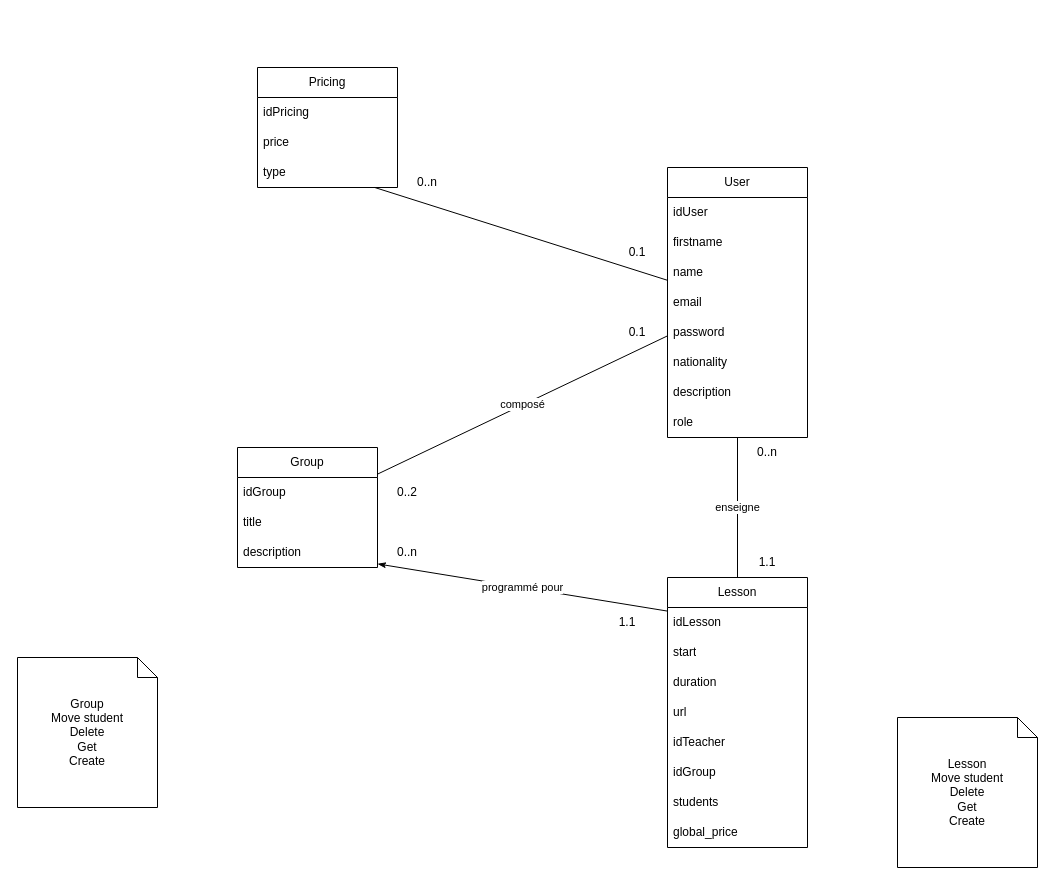
MorganNavel/dk-app keeps this draw.io diagram as back/uml.drawio. Above is the earlier version. Source tidied: cells renumbered, new cells numbered last; positions are measured from the earlier drawing's top-left corner, leaving out a move shared by most shapes. Both pictures are drawn from the tidied source at 100%, with x=0, y=0 at pixel (17, 67).
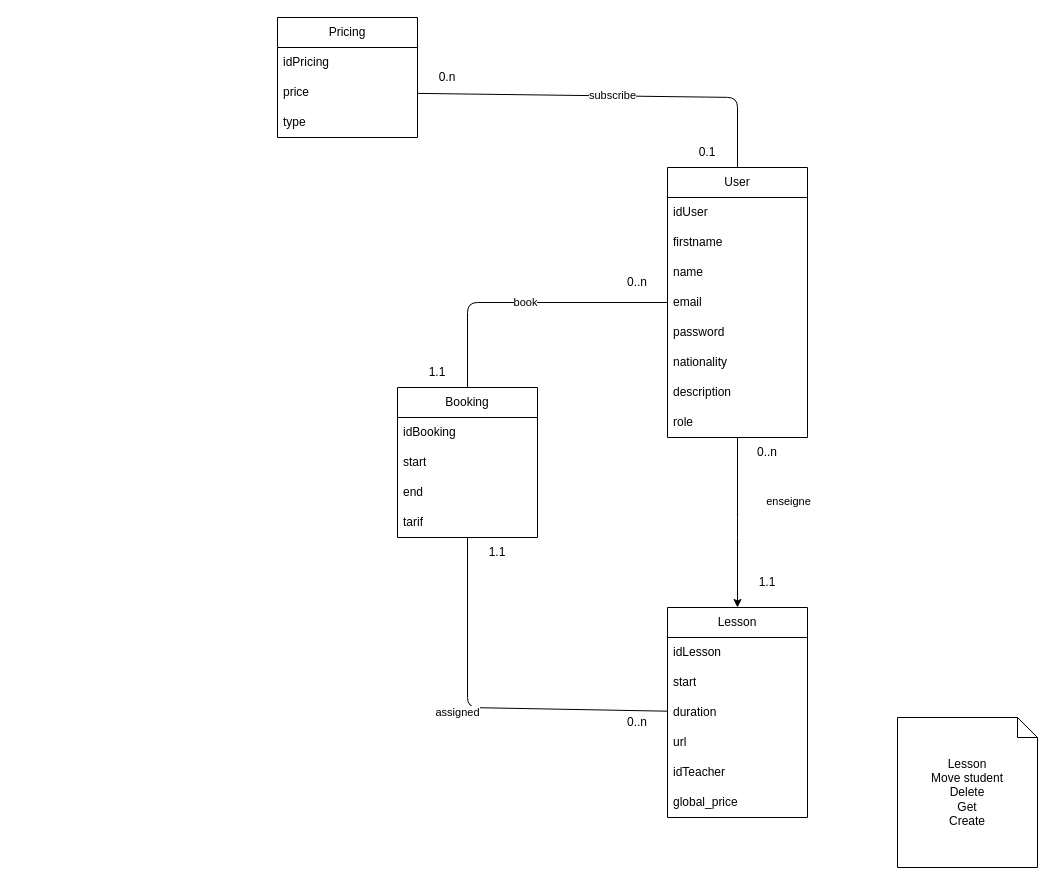
After the change.

The change refers to these unchanged cells:
```xml
<mxCell id="2" value="User" style="swimlane;fontStyle=0;horizontal=1;startSize=30;whiteSpace=wrap;html=1;" parent="1" vertex="1">
  <mxGeometry x="650" y="100" width="140" height="270" as="geometry" />
</mxCell>
<mxCell id="6" value="email" style="text;strokeColor=none;fillColor=none;align=left;verticalAlign=middle;spacingLeft=4;spacingRight=4;overflow=hidden;points=[[0,0.5],[1,0.5]];portConstraint=eastwest;whiteSpace=wrap;html=1;" parent="2" vertex="1">
  <mxGeometry y="120" width="140" height="30" as="geometry" />
</mxCell>
<mxCell id="10" value="role" style="text;strokeColor=none;fillColor=none;align=left;verticalAlign=middle;spacingLeft=4;spacingRight=4;overflow=hidden;points=[[0,0.5],[1,0.5]];portConstraint=eastwest;whiteSpace=wrap;html=1;" parent="2" vertex="1">
  <mxGeometry y="240" width="140" height="30" as="geometry" />
</mxCell>
<mxCell id="16" value="idLesson" style="text;strokeColor=none;fillColor=none;align=left;verticalAlign=middle;spacingLeft=4;spacingRight=4;overflow=hidden;points=[[0,0.5],[1,0.5]];portConstraint=eastwest;whiteSpace=wrap;html=1;" parent="15" vertex="1">
  <mxGeometry y="30" width="140" height="30" as="geometry" />
</mxCell>
<mxCell id="18" value="duration" style="text;strokeColor=none;fillColor=none;align=left;verticalAlign=middle;spacingLeft=4;spacingRight=4;overflow=hidden;points=[[0,0.5],[1,0.5]];portConstraint=eastwest;whiteSpace=wrap;html=1;" parent="15" vertex="1">
  <mxGeometry y="90" width="140" height="30" as="geometry" />
</mxCell>
<mxCell id="37" value="price" style="text;strokeColor=none;fillColor=none;align=left;verticalAlign=middle;spacingLeft=4;spacingRight=4;overflow=hidden;points=[[0,0.5],[1,0.5]];portConstraint=eastwest;whiteSpace=wrap;html=1;" parent="35" vertex="1">
  <mxGeometry y="60" width="140" height="30" as="geometry" />
</mxCell>
<mxCell id="38" value="type" style="text;strokeColor=none;fillColor=none;align=left;verticalAlign=middle;spacingLeft=4;spacingRight=4;overflow=hidden;points=[[0,0.5],[1,0.5]];portConstraint=eastwest;whiteSpace=wrap;html=1;" parent="35" vertex="1">
  <mxGeometry y="90" width="140" height="30" as="geometry" />
</mxCell>
```

Change to the diagram source:
```diff
@@
-    <mxCell id="11" value="Group" style="swimlane;fontStyle=0;horizontal=1;startSize=30;whiteSpace=wrap;html=1;" parent="1" vertex="1">
-      <mxGeometry x="220" y="380" width="140" height="120" as="geometry" />
-    </mxCell>
-    <mxCell id="12" value="idGroup" style="text;strokeColor=none;fillColor=none;align=left;verticalAlign=middle;spacingLeft=4;spacingRight=4;overflow=hidden;whiteSpace=wrap;html=1;" parent="11" vertex="1">
-      <mxGeometry y="30" width="140" height="30" as="geometry" />
-    </mxCell>
-    <mxCell id="13" value="title" style="text;strokeColor=none;fillColor=none;align=left;verticalAlign=middle;spacingLeft=4;spacingRight=4;overflow=hidden;whiteSpace=wrap;html=1;" parent="11" vertex="1">
-      <mxGeometry y="60" width="140" height="30" as="geometry" />
-    </mxCell>
-    <mxCell id="14" value="description" style="text;strokeColor=none;fillColor=none;align=left;verticalAlign=middle;spacingLeft=4;spacingRight=4;overflow=hidden;points=[[0,0.5],[1,0.5]];portConstraint=eastwest;whiteSpace=wrap;html=1;" parent="11" vertex="1">
-      <mxGeometry y="90" width="140" height="30" as="geometry" />
-    </mxCell>
     <mxCell id="15" value="Lesson" style="swimlane;fontStyle=0;horizontal=1;startSize=30;whiteSpace=wrap;html=1;" parent="1" vertex="1">
-      <mxGeometry x="650" y="510" width="140" height="270" as="geometry" />
+      <mxGeometry x="650" y="540" width="140" height="210" as="geometry" />
     </mxCell>
@@
-    <mxCell id="21" value="idGroup" style="text;strokeColor=none;fillColor=none;align=left;verticalAlign=middle;spacingLeft=4;spacingRight=4;overflow=hidden;whiteSpace=wrap;html=1;" parent="15" vertex="1">
-      <mxGeometry y="180" width="140" height="30" as="geometry" />
-    </mxCell>
-    <mxCell id="22" value="students" style="text;strokeColor=none;fillColor=none;align=left;verticalAlign=middle;spacingLeft=4;spacingRight=4;overflow=hidden;whiteSpace=wrap;html=1;" parent="15" vertex="1">
-      <mxGeometry y="210" width="140" height="30" as="geometry" />
-    </mxCell>
     <mxCell id="23" value="global_price" style="text;strokeColor=none;fillColor=none;align=left;verticalAlign=middle;spacingLeft=4;spacingRight=4;overflow=hidden;whiteSpace=wrap;html=1;" parent="15" vertex="1">
-      <mxGeometry y="240" width="140" height="30" as="geometry" />
+      <mxGeometry y="180" width="140" height="30" as="geometry" />
     </mxCell>
-    <mxCell id="24" value="composé" style="endArrow=none;html=1;endFill=0;" parent="1" edge="1" source="11" target="2">
-      <mxGeometry relative="1" as="geometry" />
-    </mxCell>
-    <mxCell id="25" value="0..2" style="text;html=1;strokeColor=none;fillColor=none;align=center;verticalAlign=middle;whiteSpace=wrap;rounded=0;" parent="1" vertex="1">
-      <mxGeometry x="360" y="410" width="60" height="30" as="geometry" />
-    </mxCell>
-    <mxCell id="26" value="0.1" style="text;html=1;strokeColor=none;fillColor=none;align=center;verticalAlign=middle;whiteSpace=wrap;rounded=0;" parent="1" vertex="1">
-      <mxGeometry x="590" y="250" width="60" height="30" as="geometry" />
-    </mxCell>
-    <mxCell id="27" value="programmé pour" style="endArrow=classicThin;html=1;endFill=1;" parent="1" edge="1" source="16" target="14">
-      <mxGeometry relative="1" as="geometry" />
-    </mxCell>
-    <mxCell id="28" value="0..n" style="text;html=1;strokeColor=none;fillColor=none;align=center;verticalAlign=middle;whiteSpace=wrap;rounded=0;" parent="1" vertex="1">
-      <mxGeometry x="360" y="470" width="60" height="30" as="geometry" />
-    </mxCell>
-    <mxCell id="29" value="1.1" style="text;html=1;strokeColor=none;fillColor=none;align=center;verticalAlign=middle;whiteSpace=wrap;rounded=0;" parent="1" vertex="1">
-      <mxGeometry x="580" y="540" width="60" height="30" as="geometry" />
-    </mxCell>
-    <mxCell id="30" value="enseigne" style="endArrow=none;html=1;" parent="1" edge="1" source="15" target="10">
-      <mxGeometry relative="1" as="geometry" />
+    <mxCell id="30" value="enseigne" style="endArrow=none;html=1;startArrow=classic;startFill=1;" parent="1" edge="1" source="15" target="10">
+      <mxGeometry x="0.25" y="-52" relative="1" as="geometry">
+        <Array as="points">
+          <mxPoint x="720" y="460" />
+        </Array>
+        <mxPoint x="-1" as="offset" />
+      </mxGeometry>
     </mxCell>
@@
     <mxCell id="32" value="1.1" style="text;html=1;strokeColor=none;fillColor=none;align=center;verticalAlign=middle;whiteSpace=wrap;rounded=0;" parent="1" vertex="1">
-      <mxGeometry x="720" y="480" width="60" height="30" as="geometry" />
+      <mxGeometry x="720" y="500" width="60" height="30" as="geometry" />
     </mxCell>
-    <mxCell id="33" value="Group&lt;br&gt;Move student&lt;br&gt;Delete&lt;br&gt;Get&lt;br&gt;Create" style="shape=note;size=20;whiteSpace=wrap;html=1;" parent="1" vertex="1">
-      <mxGeometry y="590" width="140" height="150" as="geometry" />
-    </mxCell>
@@
     <mxCell id="35" value="Pricing" style="swimlane;fontStyle=0;horizontal=1;startSize=30;whiteSpace=wrap;html=1;" parent="1" vertex="1">
-      <mxGeometry x="240" width="140" height="120" as="geometry" />
+      <mxGeometry x="260" y="-50" width="140" height="120" as="geometry" />
     </mxCell>
@@
-    <mxCell id="39" style="endArrow=none;html=1;" parent="1" edge="1" source="2" target="38">
-      <mxGeometry relative="1" as="geometry" />
-    </mxCell>
-    <mxCell id="40" value="0.1" style="text;html=1;strokeColor=none;fillColor=none;align=center;verticalAlign=middle;whiteSpace=wrap;rounded=0;" parent="1" vertex="1">
-      <mxGeometry x="590" y="170" width="60" height="30" as="geometry" />
-    </mxCell>
-    <mxCell id="41" value="0..n" style="text;html=1;strokeColor=none;fillColor=none;align=center;verticalAlign=middle;whiteSpace=wrap;rounded=0;" parent="1" vertex="1">
-      <mxGeometry x="380" y="100" width="60" height="30" as="geometry" />
-    </mxCell>
+    <mxCell id="42" value="0..n" style="text;html=1;strokeColor=none;fillColor=none;align=center;verticalAlign=middle;whiteSpace=wrap;rounded=0;" parent="1" vertex="1">
+      <mxGeometry x="590" y="640" width="60" height="30" as="geometry" />
+    </mxCell>
+    <mxCell id="43" value="Booking" style="swimlane;fontStyle=0;horizontal=1;startSize=30;whiteSpace=wrap;html=1;" parent="1" vertex="1">
+      <mxGeometry x="380" y="320" width="140" height="150" as="geometry" />
+    </mxCell>
+    <mxCell id="44" value="idBooking" style="text;strokeColor=none;fillColor=none;align=left;verticalAlign=middle;spacingLeft=4;spacingRight=4;overflow=hidden;whiteSpace=wrap;html=1;" parent="43" vertex="1">
+      <mxGeometry y="30" width="140" height="30" as="geometry" />
+    </mxCell>
+    <mxCell id="45" value="start" style="text;strokeColor=none;fillColor=none;align=left;verticalAlign=middle;spacingLeft=4;spacingRight=4;overflow=hidden;whiteSpace=wrap;html=1;" parent="43" vertex="1">
+      <mxGeometry y="60" width="140" height="30" as="geometry" />
+    </mxCell>
+    <mxCell id="46" value="end" style="text;strokeColor=none;fillColor=none;align=left;verticalAlign=middle;spacingLeft=4;spacingRight=4;overflow=hidden;whiteSpace=wrap;html=1;" parent="43" vertex="1">
+      <mxGeometry y="90" width="140" height="30" as="geometry" />
+    </mxCell>
+    <mxCell id="47" value="tarif" style="text;strokeColor=none;fillColor=none;align=left;verticalAlign=middle;spacingLeft=4;spacingRight=4;overflow=hidden;points=[[0,0.5],[1,0.5]];portConstraint=eastwest;whiteSpace=wrap;html=1;" parent="43" vertex="1">
+      <mxGeometry y="120" width="140" height="30" as="geometry" />
+    </mxCell>
+    <mxCell id="48" value="book" style="endArrow=none;html=1;" parent="1" edge="1" source="43" target="6">
+      <mxGeometry relative="1" as="geometry">
+        <Array as="points">
+          <mxPoint x="450" y="235" />
+        </Array>
+      </mxGeometry>
+    </mxCell>
+    <mxCell id="49" value="0..n" style="text;html=1;strokeColor=none;fillColor=none;align=center;verticalAlign=middle;whiteSpace=wrap;rounded=0;" parent="1" vertex="1">
+      <mxGeometry x="590" y="200" width="60" height="30" as="geometry" />
+    </mxCell>
+    <mxCell id="50" value="1.1" style="text;html=1;strokeColor=none;fillColor=none;align=center;verticalAlign=middle;whiteSpace=wrap;rounded=0;" parent="1" vertex="1">
+      <mxGeometry x="390" y="290" width="60" height="30" as="geometry" />
+    </mxCell>
+    <mxCell id="51" value="assigned" style="endArrow=none;html=1;" parent="1" edge="1" source="47" target="18">
+      <mxGeometry x="-0.08" y="-11" relative="1" as="geometry">
+        <Array as="points">
+          <mxPoint x="450" y="640" />
+        </Array>
+        <mxPoint x="-10" y="-6" as="offset" />
+      </mxGeometry>
+    </mxCell>
+    <mxCell id="52" value="1.1" style="text;html=1;strokeColor=none;fillColor=none;align=center;verticalAlign=middle;whiteSpace=wrap;rounded=0;" parent="1" vertex="1">
+      <mxGeometry x="450" y="470" width="60" height="30" as="geometry" />
+    </mxCell>
+    <mxCell id="53" value="subscribe" style="endArrow=none;html=1;" parent="1" edge="1" source="37" target="2">
+      <mxGeometry relative="1" as="geometry">
+        <Array as="points">
+          <mxPoint x="720" y="30" />
+        </Array>
+      </mxGeometry>
+    </mxCell>
+    <mxCell id="54" value="0.1" style="text;html=1;strokeColor=none;fillColor=none;align=center;verticalAlign=middle;whiteSpace=wrap;rounded=0;" parent="1" vertex="1">
+      <mxGeometry x="660" y="70" width="60" height="30" as="geometry" />
+    </mxCell>
+    <mxCell id="55" value="0.n" style="text;html=1;strokeColor=none;fillColor=none;align=center;verticalAlign=middle;whiteSpace=wrap;rounded=0;" parent="1" vertex="1">
+      <mxGeometry x="400" y="-5" width="60" height="30" as="geometry" />
+    </mxCell>
```
